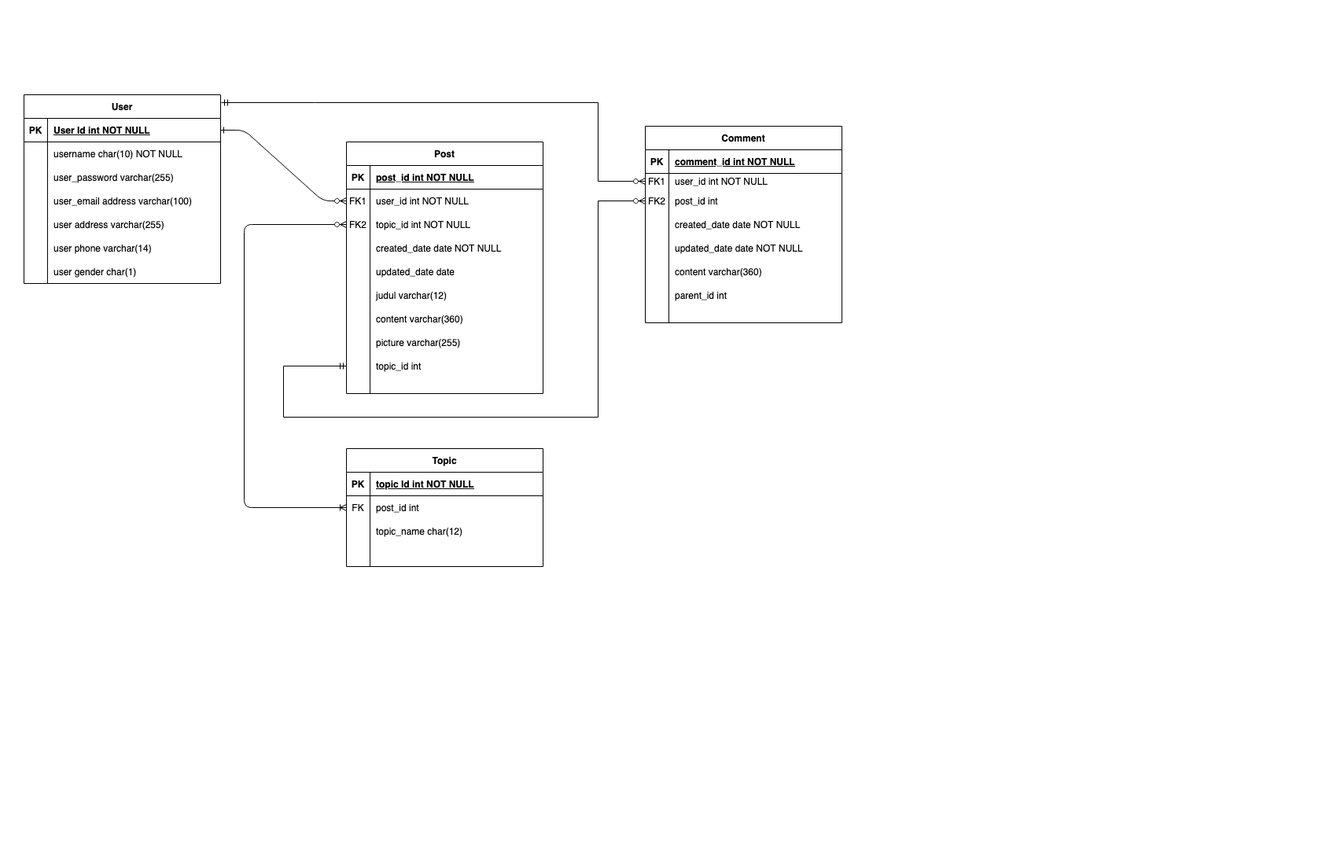
This is public/images/Entity Relationship Diagram.png from Raffaelali/FinalProject-BNCCFullstack2020, a draw.io export, as it was before one commit. Source tidied: cells renumbered, new cells last; positions are measured from the earlier drawing's top-left corner, leaving out a move shared by most shapes.
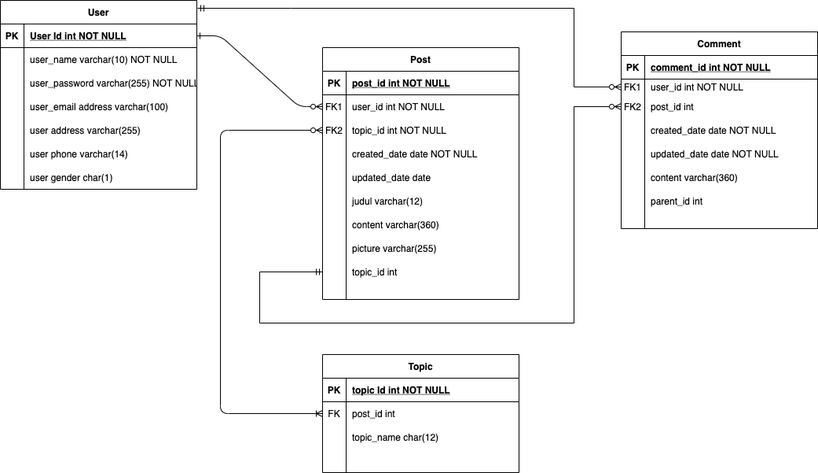
Later version of the same file.

Change to the diagram source:
```diff
@@ -173,7 +173,7 @@
     <mxCell id="58" style="shape=partialRectangle;overflow=hidden;fillColor=none;top=0;left=0;bottom=0;right=0;" parent="57" vertex="1">
       <mxGeometry width="30" height="30" as="geometry" />
     </mxCell>
-    <mxCell id="59" value="username char(10) NOT NULL" style="shape=partialRectangle;overflow=hidden;fillColor=none;top=0;left=0;bottom=0;right=0;align=left;spacingLeft=6;" parent="57" vertex="1">
+    <mxCell id="59" value="user_name varchar(10) NOT NULL" style="shape=partialRectangle;overflow=hidden;fillColor=none;top=0;left=0;bottom=0;right=0;align=left;spacingLeft=6;" parent="57" vertex="1">
       <mxGeometry x="30" width="220" height="30" as="geometry" />
     </mxCell>
     <mxCell id="60" style="shape=partialRectangle;fillColor=none;top=0;left=0;right=0;bottom=0;" parent="53" vertex="1">
@@ -182,7 +182,7 @@
     <mxCell id="61" style="shape=partialRectangle;overflow=hidden;fillColor=none;top=0;left=0;bottom=0;right=0;" parent="60" vertex="1">
       <mxGeometry width="30" height="30" as="geometry" />
     </mxCell>
-    <mxCell id="62" value="user_password varchar(255)" style="shape=partialRectangle;overflow=hidden;fillColor=none;top=0;left=0;bottom=0;right=0;align=left;spacingLeft=6;" parent="60" vertex="1">
+    <mxCell id="62" value="user_password varchar(255) NOT NULL" style="shape=partialRectangle;overflow=hidden;fillColor=none;top=0;left=0;bottom=0;right=0;align=left;spacingLeft=6;" parent="60" vertex="1">
       <mxGeometry x="30" width="220" height="30" as="geometry" />
     </mxCell>
     <mxCell id="63" style="shape=partialRectangle;fillColor=none;top=0;left=0;right=0;bottom=0;" parent="53" vertex="1">
```
